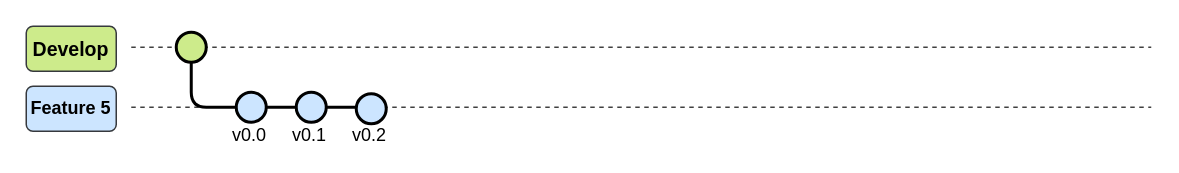
This is page "Feature5" (2 of 2) of 03_ImagenesRepo/01_GitFlow.drawio from LEOSZ8/Tesis_Msc_LSZ, a draw.io file, before an edit. Source tidied: cells renumbered, new cells numbered last; positions are measured from the earlier drawing's top-left corner, leaving out a move shared by most shapes. Both pictures are drawn from the tidied source at 150%, with x=0, y=0 at pixel (26, 26).
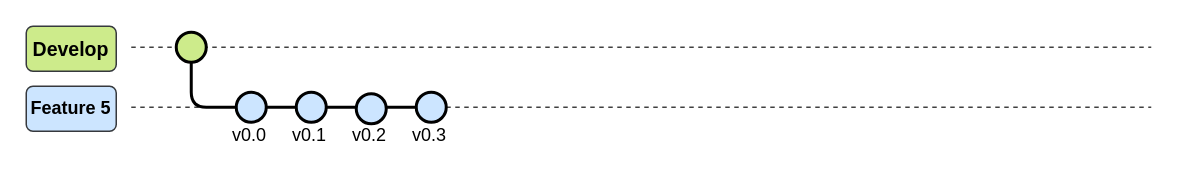
The same diagram, later.

The change refers to these unchanged cells:
```xml
<mxCell id="14" style="ellipse;whiteSpace=wrap;html=1;fillColor=#cce5ff;strokeColor=#000000;strokeWidth=2;" parent="1" vertex="1">
  <mxGeometry x="220" y="45" width="20" height="20" as="geometry" />
</mxCell>
```

The edit, as a diff of the source:
```diff
@@
+    <mxCell id="16" style="edgeStyle=orthogonalEdgeStyle;rounded=0;jettySize=auto;html=1;endArrow=none;startFill=0;strokeWidth=2;" parent="1" edge="1" source="14" target="17">
+      <mxGeometry relative="1" as="geometry">
+        <Array as="points">
+          <mxPoint x="250" y="54" />
+          <mxPoint x="250" y="54" />
+        </Array>
+      </mxGeometry>
+    </mxCell>
@@
+    <mxCell id="17" style="ellipse;whiteSpace=wrap;html=1;fillColor=#cce5ff;strokeColor=#000000;strokeWidth=2;" parent="1" vertex="1">
+      <mxGeometry x="260" y="44" width="20" height="20" as="geometry" />
+    </mxCell>
+    <mxCell id="18" value="v0.3" style="text;html=1;align=center;verticalAlign=middle;whiteSpace=wrap;rounded=0;" parent="1" vertex="1">
+      <mxGeometry x="254" y="67" width="30" height="12" as="geometry" />
+    </mxCell>
```
